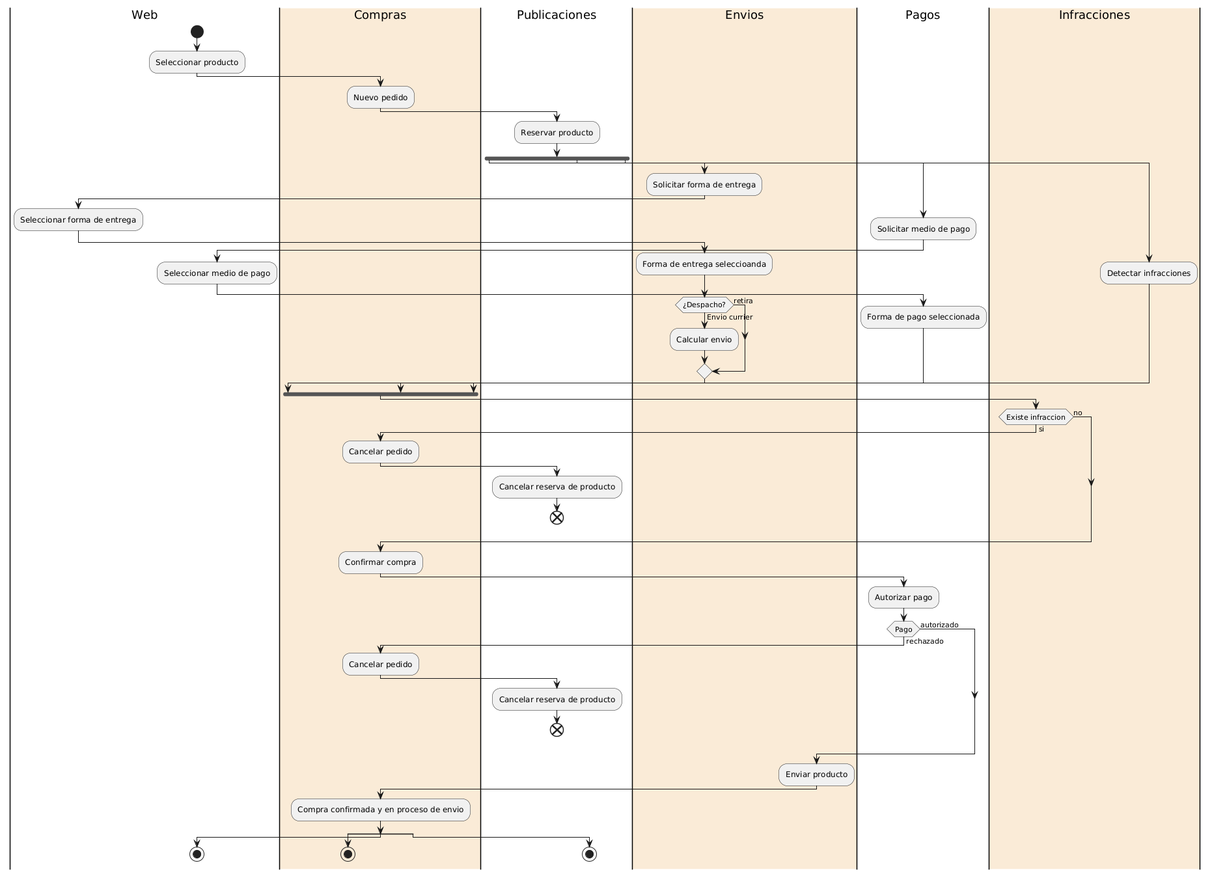
Before: diagramas_de_actividades/workflow-livre-markket-servicios-paralelos-independientes.png, a diagram exported from PlantUML (Ramiro1414/livre-markket).
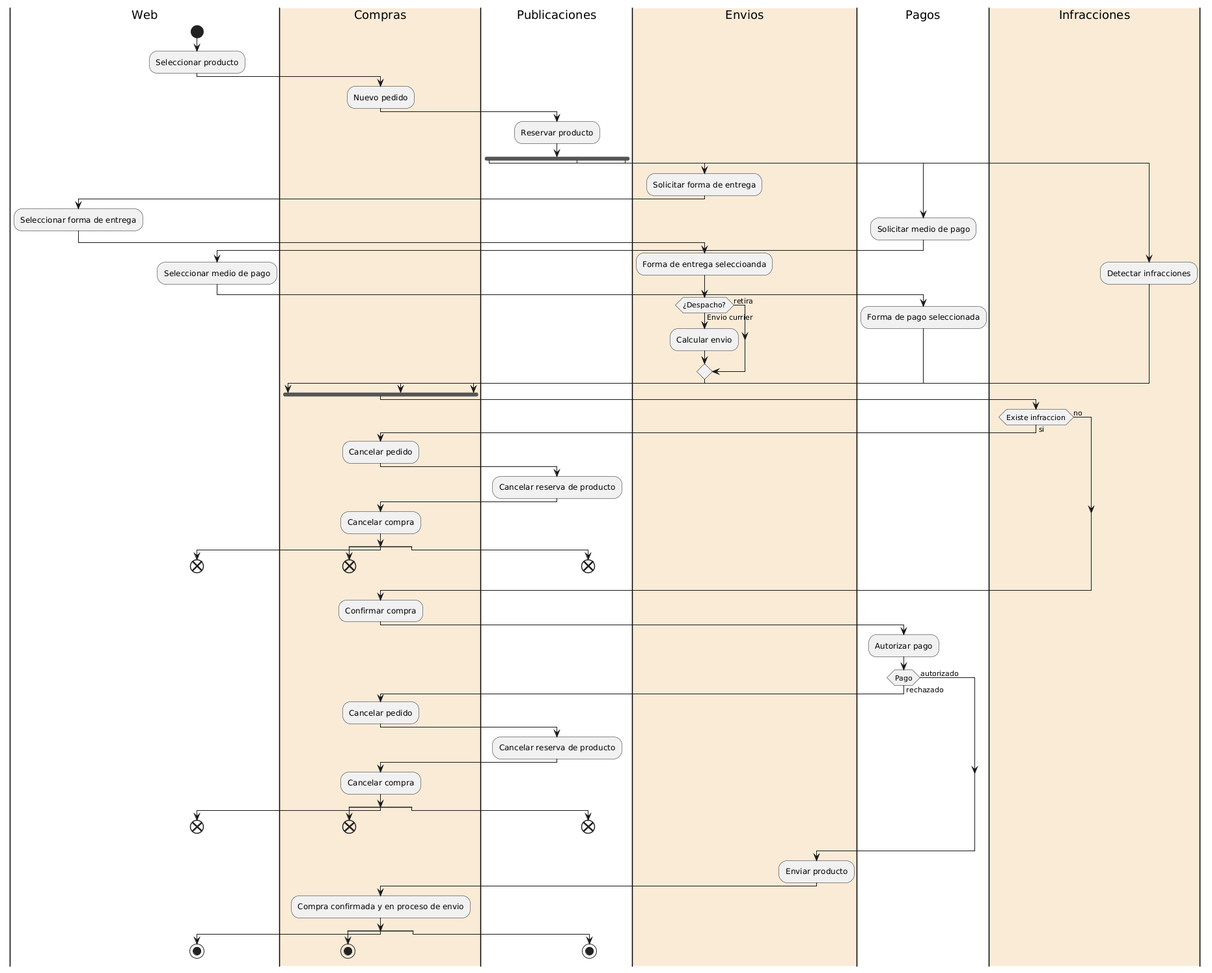
The same file after the commit.

Commit message:
ahora cuando una compra se cancela, se almacena tambien en web y publicaciones (ademas de compras) + cambios en el diagrama actividades

Diff of the diagram source:
```diff
@@ -35,7 +35,18 @@
     :Cancelar pedido;
     |Publicaciones|
     :Cancelar reserva de producto;
+    |Compras|
+    :Cancelar compra;
+    split
     end
+    split again
+    |Web|
+    end
+    split again
+    |Publicaciones|
+    end
+    endsplit
+
 else (no)
 endif
 |Compras|
@@ -47,7 +58,18 @@
     :Cancelar pedido;
     |Publicaciones|
     :Cancelar reserva de producto;
+    |Compras|
+    :Cancelar compra;
+    split
     end
+    split again
+    |Web|
+    end
+    split again
+    |Publicaciones|
+    end
+    endsplit
+
 else (autorizado)
 endif
 |Envios|
```
